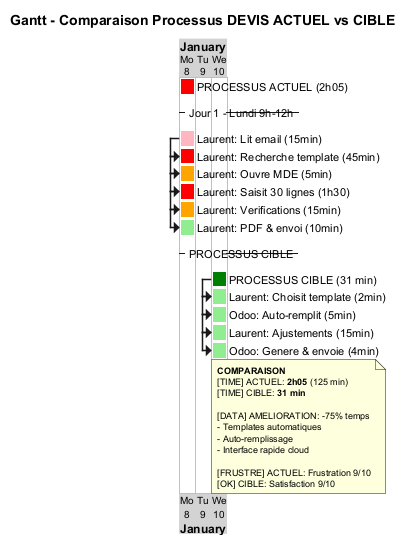
Before: Services/Direction-Affaires/uml/png/Gantt_Comparaison_Actuel_Cible.png, a diagram exported from PlantUML (JordanSerafini/Audit_Duret).
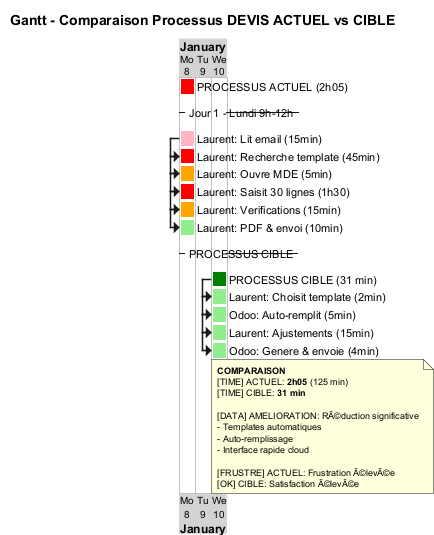
Later version of the same file.

The edit, as a diff of the source:
```diff
@@ -37,13 +37,13 @@
   [TIME] ACTUEL: **2h05** (125 min)
   [TIME] CIBLE: **31 min**
 
-  [DATA] AMELIORATION: -75% temps
+  [DATA] AMELIORATION: RÃ©duction significative
   - Templates automatiques
   - Auto-remplissage
   - Interface rapide cloud
 
-  [FRUSTRE] ACTUEL: Frustration 9/10
-  [OK] CIBLE: Satisfaction 9/10
+  [FRUSTRE] ACTUEL: Frustration Ã©levÃ©e
+  [OK] CIBLE: Satisfaction Ã©levÃ©e
 end note
 
 @endgantt
```
